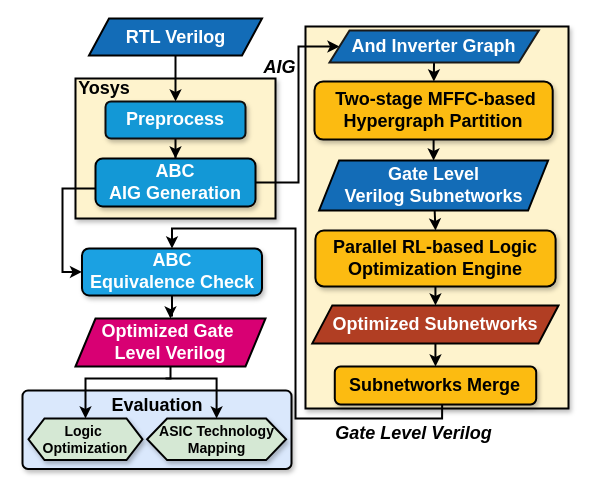
kxzhu0505/LogicSynOpt keeps this draw.io diagram as experimentFlow.drawio. Above is the earlier version. Source tidied: cells renumbered, new cells numbered last; positions are measured from the earlier drawing's top-left corner, leaving out a move shared by most shapes. Both pictures are drawn from the tidied source at 100%, with x=0, y=0 at pixel (22, 18).
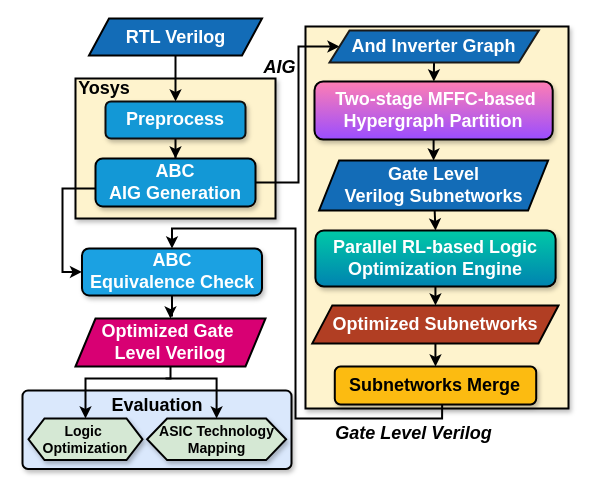
After the change.

What changed in the source:
```diff
@@
-    <mxCell id="14" value="&lt;b style=&quot;&quot;&gt;&lt;font color=&quot;#000000&quot; style=&quot;font-size: 18px;&quot;&gt;&amp;nbsp;Two-stage MFFC-based Hypergraph Partition&lt;/font&gt;&lt;/b&gt;" style="rounded=1;whiteSpace=wrap;html=1;fillColor=#fcbb11;strokeColor=#000000;strokeWidth=2;shadow=1;fontColor=#ffffff;" parent="1" vertex="1">
+    <mxCell id="14" value="&lt;b style=&quot;&quot;&gt;&lt;font style=&quot;font-size: 18px;&quot;&gt;&amp;nbsp;Two-stage MFFC-based Hypergraph Partition&lt;/font&gt;&lt;/b&gt;" style="rounded=1;whiteSpace=wrap;html=1;fillColor=#FF7EB3;strokeColor=#000000;strokeWidth=2;shadow=1;fontColor=#ffffff;gradientColor=#9A4DFF;" parent="1" vertex="1">
       <mxGeometry x="292" y="63" width="238.2" height="58" as="geometry" />
     </mxCell>
@@
-    <mxCell id="33" value="&lt;b style=&quot;&quot;&gt;&lt;font style=&quot;font-size: 18px;&quot; color=&quot;#000000&quot;&gt;Parallel RL-based Logic Optimization Engine&lt;/font&gt;&lt;/b&gt;" style="rounded=1;whiteSpace=wrap;html=1;fillColor=#fcbb11;fontColor=#ffffff;strokeColor=#000000;strokeWidth=2;shadow=1;" parent="1" vertex="1">
+    <mxCell id="33" value="&lt;b style=&quot;&quot;&gt;&lt;font style=&quot;font-size: 18px;&quot;&gt;Parallel RL-based Logic Optimization Engine&lt;/font&gt;&lt;/b&gt;" style="rounded=1;whiteSpace=wrap;html=1;fillColor=#00C9A7;fontColor=#ffffff;strokeColor=#000000;strokeWidth=2;shadow=1;gradientColor=#0083B0;" parent="1" vertex="1">
       <mxGeometry x="292.9" y="212" width="240.2" height="55.9" as="geometry" />
     </mxCell>
```
